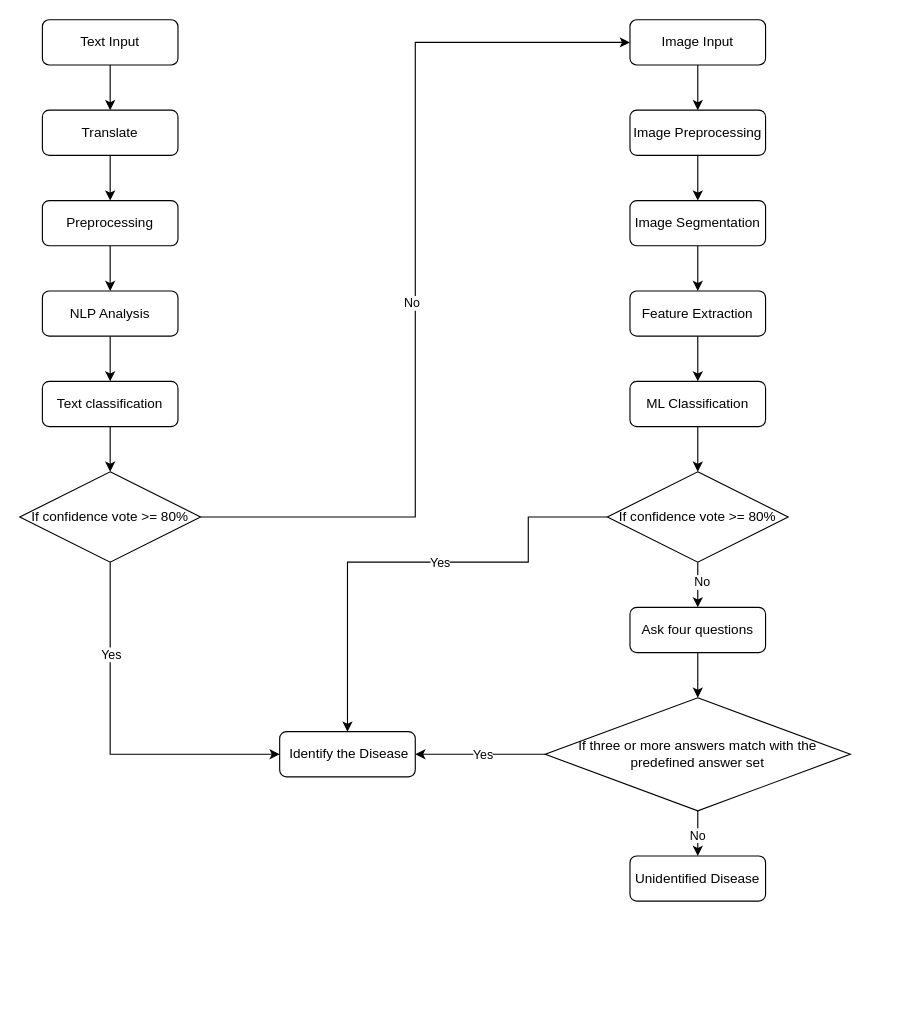
Earlier version of the draw.io diagram page "Page-1" (1 of 3) of Untitled Diagram.drawio (Nayanathara00/Nayanathara00). Source tidied: cells renumbered, new cells numbered last; positions are measured from the earlier drawing's top-left corner, leaving out a move shared by most shapes. Both pictures are drawn from the tidied source at 113%, with x=0, y=0 at pixel (19, 19).
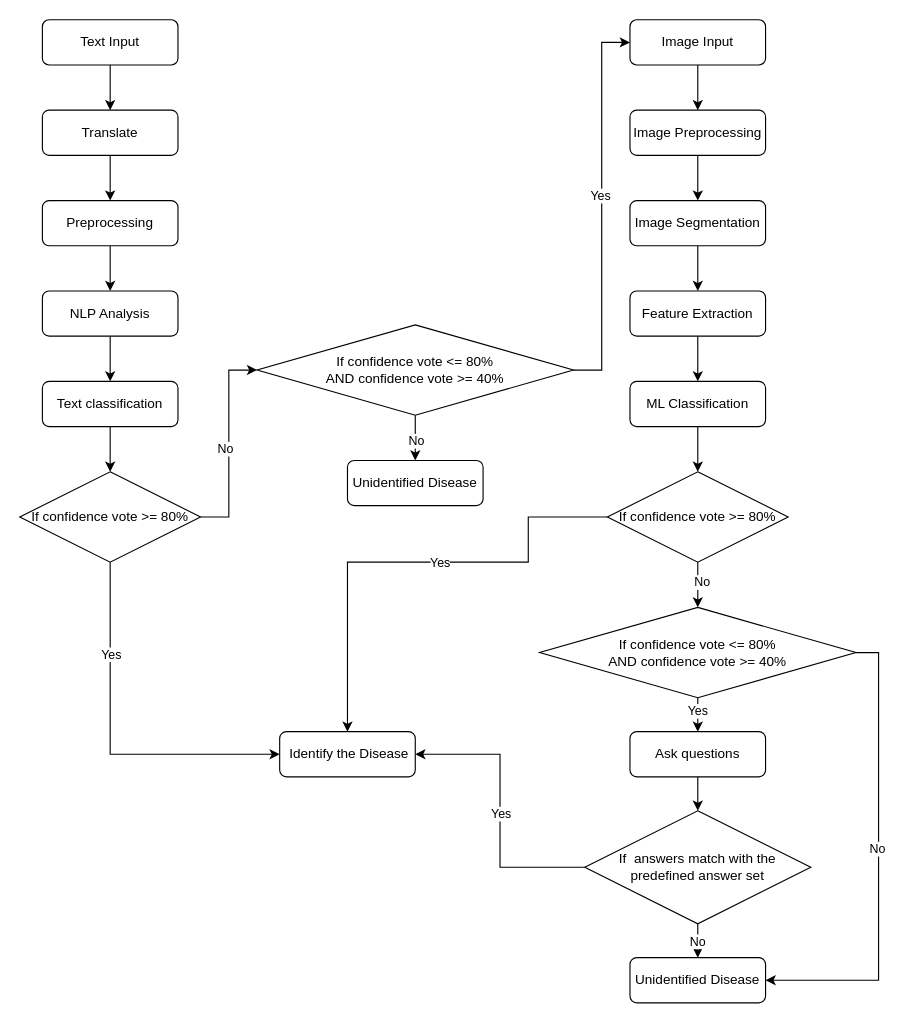
After the change.

The change refers to these unchanged cells:
```xml
<mxCell id="5" value="Image Input" style="rounded=1;whiteSpace=wrap;html=1;" parent="1" vertex="1">
  <mxGeometry x="540" width="120" height="40" as="geometry" />
</mxCell>
<mxCell id="26" value="If confidence vote &amp;gt;= 80%" style="rhombus;whiteSpace=wrap;html=1;" parent="1" vertex="1">
  <mxGeometry y="400" width="160" height="80" as="geometry" />
</mxCell>
<mxCell id="31" value="If confidence vote &amp;gt;= 80%" style="rhombus;whiteSpace=wrap;html=1;" parent="1" vertex="1">
  <mxGeometry x="520" y="400" width="160" height="80" as="geometry" />
</mxCell>
```

What changed in the source:
```diff
@@
-    <mxCell id="22" style="edgeStyle=orthogonalEdgeStyle;rounded=0;jettySize=auto;html=1;exitX=1;exitY=0.5;exitDx=0;exitDy=0;entryX=0;entryY=0.5;entryDx=0;entryDy=0;" parent="1" edge="1" source="26" target="5">
+    <mxCell id="22" style="edgeStyle=orthogonalEdgeStyle;rounded=0;jettySize=auto;html=1;exitX=1;exitY=0.5;exitDx=0;exitDy=0;entryX=0;entryY=0.5;entryDx=0;entryDy=0;" parent="1" edge="1" source="52" target="5">
       <mxGeometry relative="1" as="geometry" />
     </mxCell>
-    <mxCell id="23" value="No" style="edgeLabel;html=1;align=center;verticalAlign=middle;" parent="22" vertex="1">
-      <mxGeometry x="-0.05" y="4" relative="1" as="geometry" />
-    </mxCell>
+    <mxCell id="41" value="Yes" style="edgeLabel;html=1;align=center;verticalAlign=middle;" parent="22" vertex="1">
+      <mxGeometry x="0.06" y="2" relative="1" as="geometry" />
+    </mxCell>
@@
-    <mxCell id="29" style="edgeStyle=orthogonalEdgeStyle;rounded=0;jettySize=auto;html=1;exitX=0.5;exitY=1;exitDx=0;exitDy=0;entryX=0.5;entryY=0;entryDx=0;entryDy=0;" parent="1" edge="1" source="31" target="33">
+    <mxCell id="29" style="edgeStyle=orthogonalEdgeStyle;rounded=0;jettySize=auto;html=1;exitX=0.5;exitY=1;exitDx=0;exitDy=0;entryX=0.5;entryY=0;entryDx=0;entryDy=0;" parent="1" edge="1" source="47" target="33">
       <mxGeometry relative="1" as="geometry" />
     </mxCell>
-    <mxCell id="30" value="No" style="edgeLabel;html=1;align=center;verticalAlign=middle;" parent="29" vertex="1">
-      <mxGeometry x="-0.17" y="3" relative="1" as="geometry" />
-    </mxCell>
+    <mxCell id="42" value="Yes" style="edgeLabel;html=1;align=center;verticalAlign=middle;" parent="29" vertex="1">
+      <mxGeometry x="-0.28" y="-1" relative="1" as="geometry" />
+    </mxCell>
@@
-    <mxCell id="33" value="Ask four questions" style="rounded=1;whiteSpace=wrap;html=1;" parent="1" vertex="1">
-      <mxGeometry x="540" y="520" width="120" height="40" as="geometry" />
+    <mxCell id="33" value="Ask questions" style="rounded=1;whiteSpace=wrap;html=1;" parent="1" vertex="1">
+      <mxGeometry x="540" y="630" width="120" height="40" as="geometry" />
     </mxCell>
@@
-    <mxCell id="38" value="If three or more answers match with the predefined answer set" style="rhombus;whiteSpace=wrap;html=1;" parent="1" vertex="1">
-      <mxGeometry x="465" y="600" width="270" height="100" as="geometry" />
+    <mxCell id="38" value="If&amp;nbsp; answers match with the predefined answer set" style="rhombus;whiteSpace=wrap;html=1;" parent="1" vertex="1">
+      <mxGeometry x="500" y="700" width="200" height="100" as="geometry" />
     </mxCell>
     <mxCell id="39" value="Unidentified Disease" style="rounded=1;whiteSpace=wrap;html=1;" parent="1" vertex="1">
-      <mxGeometry x="540" y="740" width="120" height="40" as="geometry" />
+      <mxGeometry x="540" y="830" width="120" height="40" as="geometry" />
     </mxCell>
@@
+    <mxCell id="43" style="edgeStyle=orthogonalEdgeStyle;rounded=0;jettySize=auto;html=1;exitX=0.5;exitY=1;exitDx=0;exitDy=0;entryX=0.5;entryY=0;entryDx=0;entryDy=0;" parent="1" edge="1" source="31" target="47">
+      <mxGeometry relative="1" as="geometry" />
+    </mxCell>
+    <mxCell id="44" value="No" style="edgeLabel;html=1;align=center;verticalAlign=middle;" parent="43" vertex="1">
+      <mxGeometry x="-0.17" y="3" relative="1" as="geometry" />
+    </mxCell>
+    <mxCell id="45" style="edgeStyle=orthogonalEdgeStyle;rounded=0;jettySize=auto;html=1;entryX=1;entryY=0.5;entryDx=0;entryDy=0;exitX=1;exitY=0.5;exitDx=0;exitDy=0;" parent="1" edge="1" source="47" target="39">
+      <mxGeometry relative="1" as="geometry" />
+    </mxCell>
+    <mxCell id="46" value="No" style="edgeLabel;html=1;align=center;verticalAlign=middle;" parent="45" vertex="1">
+      <mxGeometry x="-0.06" y="-2" relative="1" as="geometry" />
+    </mxCell>
+    <mxCell id="47" value="If confidence vote &amp;lt;= 80%&lt;div&gt;AND confidence vote &amp;gt;= 40%&lt;/div&gt;" style="rhombus;whiteSpace=wrap;html=1;" parent="1" vertex="1">
+      <mxGeometry x="460" y="520" width="280" height="80" as="geometry" />
+    </mxCell>
+    <mxCell id="48" style="edgeStyle=orthogonalEdgeStyle;rounded=0;jettySize=auto;html=1;exitX=1;exitY=0.5;exitDx=0;exitDy=0;entryX=0;entryY=0.5;entryDx=0;entryDy=0;" parent="1" edge="1" source="26" target="52">
+      <mxGeometry relative="1" as="geometry" />
+    </mxCell>
+    <mxCell id="49" value="No" style="edgeLabel;html=1;align=center;verticalAlign=middle;" parent="48" vertex="1">
+      <mxGeometry x="-0.05" y="4" relative="1" as="geometry" />
+    </mxCell>
+    <mxCell id="50" style="edgeStyle=orthogonalEdgeStyle;rounded=0;jettySize=auto;html=1;" parent="1" edge="1" source="52" target="53">
+      <mxGeometry relative="1" as="geometry" />
+    </mxCell>
+    <mxCell id="51" value="No" style="edgeLabel;html=1;align=center;verticalAlign=middle;" parent="50" vertex="1">
+      <mxGeometry x="0.09" relative="1" as="geometry" />
+    </mxCell>
+    <mxCell id="52" value="If confidence vote &amp;lt;= 80%&lt;div&gt;AND confidence vote &amp;gt;= 40%&lt;/div&gt;" style="rhombus;whiteSpace=wrap;html=1;" parent="1" vertex="1">
+      <mxGeometry x="210" y="270" width="280" height="80" as="geometry" />
+    </mxCell>
+    <mxCell id="53" value="Unidentified Disease" style="rounded=1;whiteSpace=wrap;html=1;" parent="1" vertex="1">
+      <mxGeometry x="290" y="390" width="120" height="40" as="geometry" />
+    </mxCell>
```
